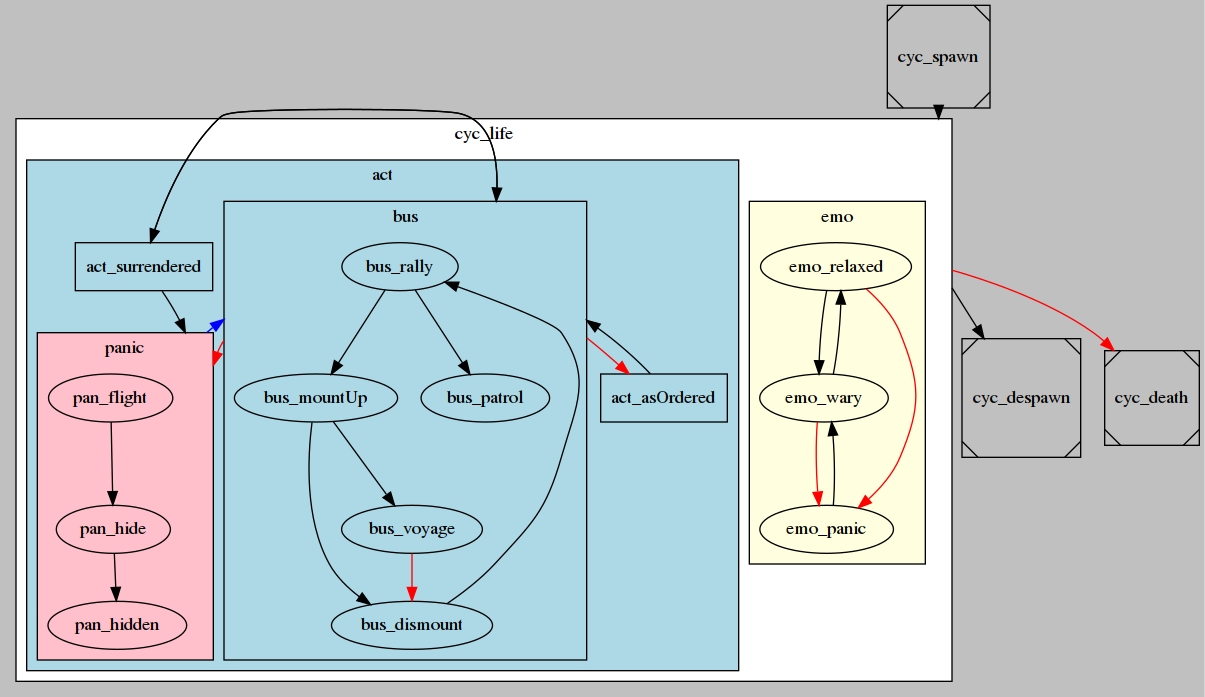
Earlier version of the Graphviz export docs/states.png (gruppe-adler/grad_civs). Its source is kept beside it as docs/states.gv.
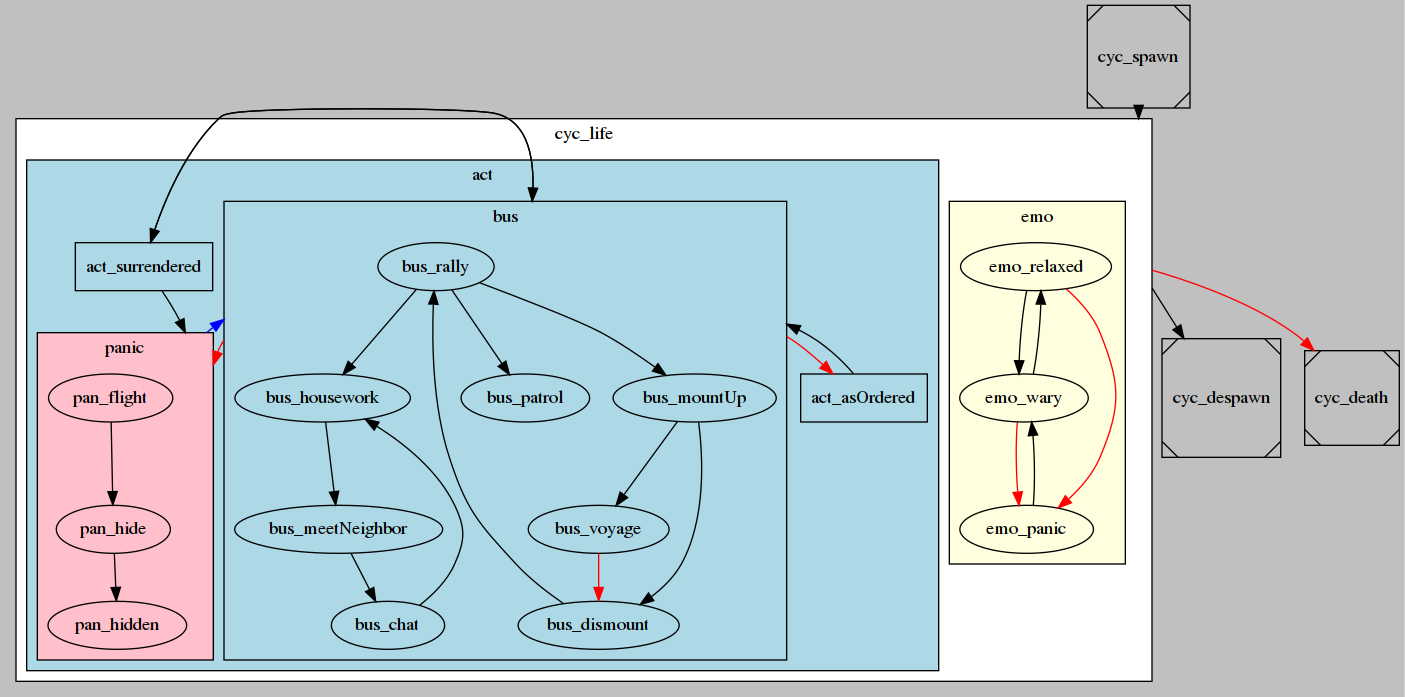
After the change.

Diff of the diagram source:
```diff
@@ -29,6 +29,10 @@
                 bus_mountUp -> bus_dismount;
                 bus_voyage -> bus_dismount [color=red]; # panic event
                 bus_dismount -> bus_rally;
+                bus_rally -> bus_housework;
+                bus_housework -> bus_meetNeighbor;
+                bus_meetNeighbor -> bus_chat;
+                bus_chat -> bus_housework;
             }
 
             subgraph cluster_panic {
```
